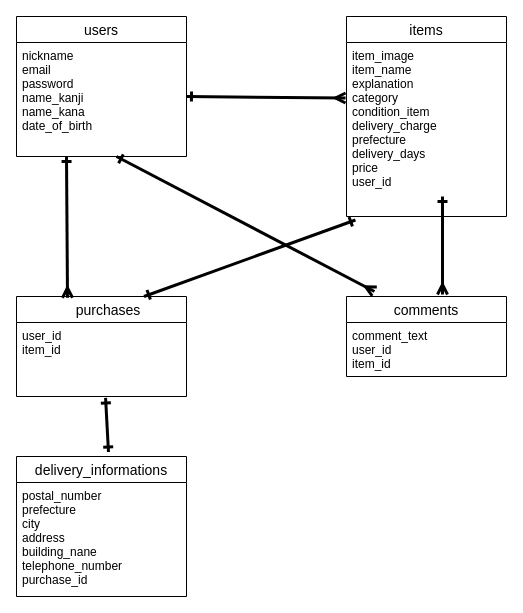
Above: ER.dio in kahoxx121u/furima-38412 (draw.io), before the change. Source tidied: cells renumbered, new cells numbered last; positions are measured from the earlier drawing's top-left corner, leaving out a move shared by most shapes. Both pictures are drawn from the tidied source at 100%, with x=0, y=0 at pixel (16, 16).
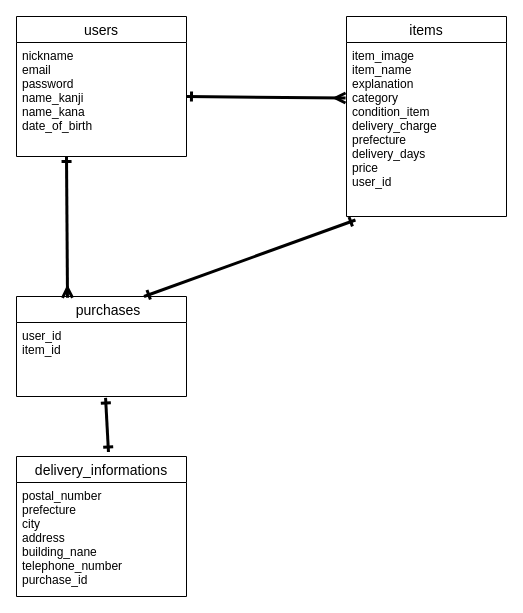
The same diagram, later.

Commit message (it also covers changes not shown here):
データベース設計③コメントテーブル削除

Unchanged cells that the change refers to:
```xml
<mxCell id="2" value="users" style="swimlane;fontStyle=0;horizontal=1;startSize=26;align=center;fontSize=14;" parent="1" vertex="1">
  <mxGeometry width="170" height="140" as="geometry" />
</mxCell>
```

The edit, as a diff of the source:
```diff
@@
-    <mxCell id="3" style="endArrow=ERmany;html=1;rounded=0;strokeWidth=3;entryX=0.175;entryY=-0.062;entryDx=0;entryDy=0;startArrow=ERone;startFill=0;endFill=0;entryPerimeter=0;" parent="2" edge="1" target="14">
-      <mxGeometry relative="1" as="geometry">
-        <mxPoint x="100" y="140" as="sourcePoint" />
-      </mxGeometry>
-    </mxCell>
@@
-    <mxCell id="14" value="comments" style="swimlane;fontStyle=0;horizontal=1;startSize=26;align=center;fontSize=14;" parent="1" vertex="1">
-      <mxGeometry x="330" y="280" width="160" height="80" as="geometry" />
-    </mxCell>
-    <mxCell id="15" value="comment_text&#10;user_id&#10;item_id" style="text;strokeColor=none;fillColor=none;spacingLeft=4;spacingRight=4;overflow=hidden;fontSize=12;" parent="14" vertex="1">
-      <mxGeometry y="26" width="160" height="54" as="geometry" />
-    </mxCell>
-    <mxCell id="16" style="endArrow=ERmany;html=1;rounded=0;strokeWidth=3;entryX=0.6;entryY=-0.025;entryDx=0;entryDy=0;entryPerimeter=0;startArrow=ERone;startFill=0;endFill=0;" parent="1" edge="1" target="14">
-      <mxGeometry relative="1" as="geometry">
-        <mxPoint x="426" y="180" as="sourcePoint" />
-      </mxGeometry>
-    </mxCell>
```
